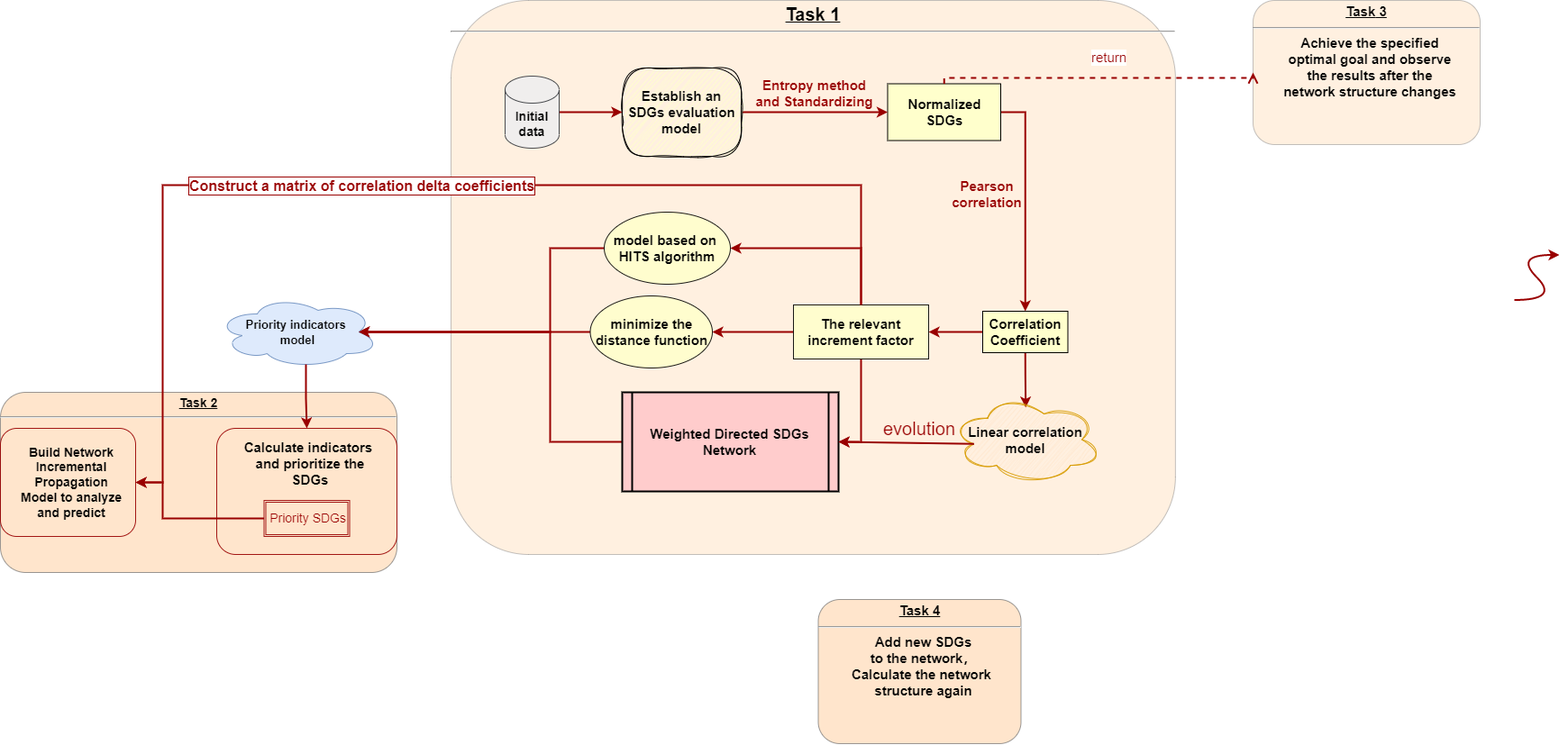
Above: 未命名绘图.drawio.png in JYbrucEupup/zip (draw.io), before the change. Source tidied: cells renumbered, new cells last; positions are measured from the earlier drawing's top-left corner, leaving out a move shared by most shapes.
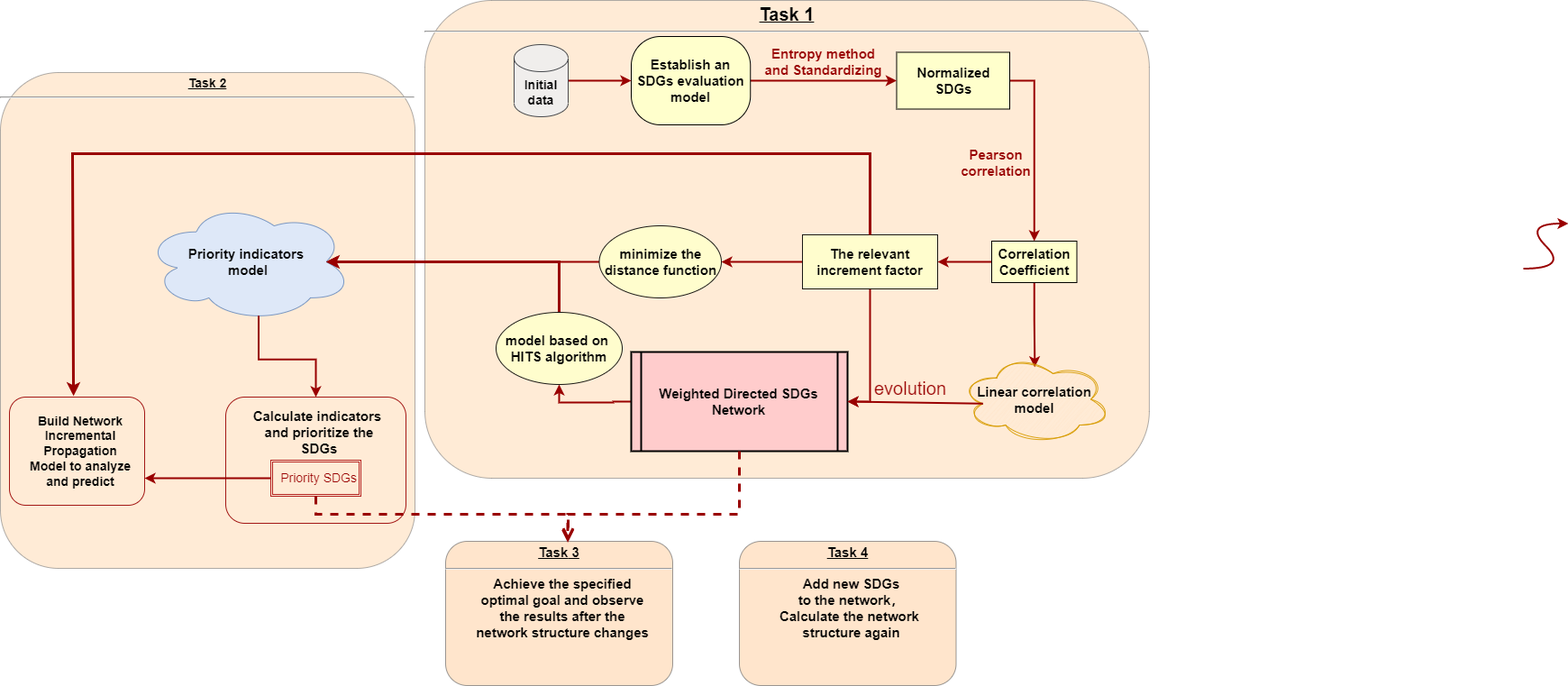
Later version of the same file.

Commit message:
更新未命名绘图.drawio.png

The edit, as a diff of the source:
```diff
@@ -4,4 +4,7 @@
     <mxCell id="1" parent="0" />
+    <mxCell id="26" value="&lt;p style=&quot;margin: 0px; margin-top: 4px; text-align: center; text-decoration: underline;&quot;&gt;&lt;strong&gt;&lt;font style=&quot;font-size: 14px;&quot;&gt;Task 2&lt;/font&gt;&lt;br&gt;&lt;/strong&gt;&lt;/p&gt;&lt;hr&gt;&lt;p style=&quot;margin: 0px 0px 0px 8px; font-size: 15px;&quot;&gt;&lt;br&gt;&lt;/p&gt;" style="verticalAlign=middle;align=center;overflow=fill;fontSize=12;fontFamily=Helvetica;html=1;rounded=1;fontStyle=1;strokeWidth=1;fillColor=#ffcc99;arcSize=14;opacity=40;strokeColor=#36393d;" parent="1" vertex="1">
+      <mxGeometry x="-10" y="115" width="460" height="550" as="geometry" />
+    </mxCell>
-    <mxCell id="2" value="&lt;p style=&quot;margin: 0px; margin-top: 4px; text-align: center; text-decoration: underline;&quot;&gt;&lt;strong&gt;&lt;font style=&quot;font-size: 20px;&quot;&gt;Task 1&lt;/font&gt;&lt;br&gt;&lt;/strong&gt;&lt;/p&gt;&lt;hr&gt;&lt;p style=&quot;margin: 0px 0px 0px 8px; font-size: 15px;&quot;&gt;&lt;br&gt;&lt;/p&gt;" style="verticalAlign=middle;align=center;overflow=fill;fontSize=12;fontFamily=Helvetica;html=1;rounded=1;fontStyle=1;strokeWidth=1;fillColor=#ffcc99;arcSize=14;opacity=30;strokeColor=#36393d;" parent="1" vertex="1">
-      <mxGeometry x="500" width="803.9" height="615" as="geometry" />
+    <mxCell id="2" value="&lt;p style=&quot;margin: 0px; margin-top: 4px; text-align: center; text-decoration: underline;&quot;&gt;&lt;strong&gt;&lt;font style=&quot;font-size: 20px;&quot;&gt;Task 1&lt;/font&gt;&lt;br&gt;&lt;/strong&gt;&lt;/p&gt;&lt;hr&gt;&lt;p style=&quot;margin: 0px 0px 0px 8px; font-size: 15px;&quot;&gt;&lt;br&gt;&lt;/p&gt;" style="verticalAlign=middle;align=center;overflow=fill;fontSize=12;fontFamily=Helvetica;html=1;rounded=1;fontStyle=1;strokeWidth=1;fillColor=#ffcc99;arcSize=14;opacity=40;strokeColor=#36393d;" parent="1" vertex="1">
+      <mxGeometry x="461" y="35" width="803.9" height="530" as="geometry" />
     </mxCell>
@@ -16,21 +19,16 @@
     </mxCell>
-    <mxCell id="6" value="Establish an SDGs evaluation model" style="whiteSpace=wrap;align=center;verticalAlign=middle;fontStyle=1;strokeWidth=1;fillColor=#FFFFCC;fontSize=15;labelBackgroundColor=none;labelBorderColor=none;rounded=1;arcSize=33;sketch=1;curveFitting=1;jiggle=2;" parent="1" vertex="1">
+    <mxCell id="6" value="Establish an SDGs evaluation model" style="whiteSpace=wrap;align=center;verticalAlign=middle;fontStyle=1;strokeWidth=1;fillColor=#FFFFCC;fontSize=15;labelBackgroundColor=none;labelBorderColor=none;rounded=1;arcSize=33;" parent="1" vertex="1">
       <mxGeometry x="690" y="75" width="132.2" height="98" as="geometry" />
     </mxCell>
-    <mxCell id="7" style="edgeStyle=orthogonalEdgeStyle;rounded=0;jettySize=auto;html=1;exitX=0;exitY=0.5;exitDx=0;exitDy=0;strokeColor=#990000;strokeWidth=2;fontSize=13;fontColor=#990000;entryX=0.875;entryY=0.5;entryDx=0;entryDy=0;entryPerimeter=0;" parent="1" edge="1" source="8" target="23">
-      <mxGeometry relative="1" as="geometry">
-        <Array as="points">
-          <mxPoint x="610" y="490" />
-          <mxPoint x="610" y="368" />
-        </Array>
-      </mxGeometry>
-    </mxCell>
+    <mxCell id="41" style="edgeStyle=orthogonalEdgeStyle;rounded=0;jettySize=auto;html=1;exitX=0;exitY=0.5;exitDx=0;exitDy=0;entryX=0.5;entryY=1;entryDx=0;entryDy=0;strokeColor=#990000;strokeWidth=2;fontSize=15;fontColor=#990000;" parent="1" edge="1" source="8" target="36">
+      <mxGeometry relative="1" as="geometry" />
+    </mxCell>
     <mxCell id="8" value="Weighted Directed SDGs Network" style="shape=process;whiteSpace=wrap;align=center;verticalAlign=middle;size=0.0475;fontStyle=1;strokeWidth=2;fillColor=#FFCCCC;fontSize=15;" parent="1" vertex="1">
-      <mxGeometry x="690" y="435" width="240" height="110" as="geometry" />
+      <mxGeometry x="690" y="425" width="240" height="110" as="geometry" />
     </mxCell>
-    <mxCell id="9" value="&lt;p style=&quot;margin: 4px 0px 0px; text-align: center; font-size: 15px;&quot;&gt;&lt;strong style=&quot;&quot;&gt;&lt;font style=&quot;font-size: 15px;&quot;&gt;&lt;u style=&quot;&quot;&gt;&lt;strong style=&quot;&quot;&gt;Task&lt;/strong&gt; 3&lt;/u&gt;&lt;br&gt;&lt;/font&gt;&lt;/strong&gt;&lt;/p&gt;&lt;hr style=&quot;font-size: 15px;&quot;&gt;&lt;p style=&quot;margin: 0px 0px 0px 8px; font-size: 15px;&quot;&gt;&lt;font style=&quot;font-size: 15px;&quot;&gt;Achieve the specified&lt;/font&gt;&lt;/p&gt;&lt;p style=&quot;margin: 0px 0px 0px 8px; font-size: 15px;&quot;&gt;&lt;font style=&quot;font-size: 15px;&quot;&gt;optimal goal and observe&lt;/font&gt;&lt;/p&gt;&lt;p style=&quot;margin: 0px 0px 0px 8px; font-size: 15px;&quot;&gt;&lt;font style=&quot;font-size: 15px;&quot;&gt;the results after the&lt;/font&gt;&lt;/p&gt;&lt;p style=&quot;margin: 0px 0px 0px 8px; font-size: 15px;&quot;&gt;&lt;font style=&quot;font-size: 15px;&quot;&gt;network structure changes&lt;/font&gt;&lt;/p&gt;" style="verticalAlign=middle;align=center;overflow=fill;fontSize=12;fontFamily=Helvetica;html=1;rounded=1;fontStyle=1;strokeWidth=1;fillColor=#ffcc99;opacity=30;strokeColor=#36393d;" parent="1" vertex="1">
-      <mxGeometry x="1390" width="252" height="160" as="geometry" />
+    <mxCell id="9" value="&lt;p style=&quot;margin: 4px 0px 0px; text-align: center; font-size: 15px;&quot;&gt;&lt;strong style=&quot;&quot;&gt;&lt;font style=&quot;font-size: 15px;&quot;&gt;&lt;u style=&quot;&quot;&gt;&lt;strong style=&quot;&quot;&gt;Task&lt;/strong&gt; 3&lt;/u&gt;&lt;br&gt;&lt;/font&gt;&lt;/strong&gt;&lt;/p&gt;&lt;hr style=&quot;font-size: 15px;&quot;&gt;&lt;p style=&quot;margin: 0px 0px 0px 8px; font-size: 15px;&quot;&gt;&lt;font style=&quot;font-size: 15px;&quot;&gt;Achieve the specified&lt;/font&gt;&lt;/p&gt;&lt;p style=&quot;margin: 0px 0px 0px 8px; font-size: 15px;&quot;&gt;&lt;font style=&quot;font-size: 15px;&quot;&gt;optimal goal and observe&lt;/font&gt;&lt;/p&gt;&lt;p style=&quot;margin: 0px 0px 0px 8px; font-size: 15px;&quot;&gt;&lt;font style=&quot;font-size: 15px;&quot;&gt;the results after the&lt;/font&gt;&lt;/p&gt;&lt;p style=&quot;margin: 0px 0px 0px 8px; font-size: 15px;&quot;&gt;&lt;font style=&quot;font-size: 15px;&quot;&gt;network structure changes&lt;/font&gt;&lt;/p&gt;" style="verticalAlign=middle;align=center;overflow=fill;fontSize=12;fontFamily=Helvetica;html=1;rounded=1;fontStyle=1;strokeWidth=1;fillColor=#ffcc99;opacity=50;strokeColor=#36393d;" parent="1" vertex="1">
+      <mxGeometry x="484" y="635" width="252" height="160" as="geometry" />
     </mxCell>
     <mxCell id="10" value="&lt;p style=&quot;margin: 4px 0px 0px; text-align: center; text-decoration: underline; font-size: 15px;&quot;&gt;&lt;strong style=&quot;&quot;&gt;&lt;font style=&quot;font-size: 15px;&quot;&gt;Task 4&lt;br&gt;&lt;/font&gt;&lt;/strong&gt;&lt;/p&gt;&lt;hr style=&quot;font-size: 15px;&quot;&gt;&lt;p style=&quot;margin: 0px 0px 0px 8px; font-size: 15px;&quot;&gt;&lt;font style=&quot;font-size: 15px;&quot;&gt;Add new SDGs&lt;/font&gt;&lt;/p&gt;&lt;p style=&quot;margin: 0px 0px 0px 8px; font-size: 15px;&quot;&gt;&lt;font style=&quot;font-size: 15px;&quot;&gt;to the network，&lt;/font&gt;&lt;/p&gt;&lt;p style=&quot;margin: 0px 0px 0px 8px; font-size: 15px;&quot;&gt;&lt;font style=&quot;font-size: 15px;&quot;&gt;Calculate the network&amp;nbsp;&lt;/font&gt;&lt;/p&gt;&lt;p style=&quot;margin: 0px 0px 0px 8px; font-size: 15px;&quot;&gt;&lt;font style=&quot;font-size: 15px;&quot;&gt;structure again&lt;/font&gt;&lt;/p&gt;" style="verticalAlign=middle;align=center;overflow=fill;fontSize=12;fontFamily=Helvetica;html=1;rounded=1;fontStyle=1;strokeWidth=1;fillColor=#ffcc99;opacity=50;strokeColor=#36393d;" parent="1" vertex="1">
-      <mxGeometry x="907.5" y="665" width="225" height="160" as="geometry" />
+      <mxGeometry x="810" y="635" width="240.5" height="160" as="geometry" />
     </mxCell>
@@ -46,6 +44,6 @@
     <mxCell id="14" value="Correlation Coefficient" style="whiteSpace=wrap;align=center;verticalAlign=middle;fontStyle=1;strokeWidth=1;fillColor=#FFFFCC;horizontal=1;strokeColor=default;fontSize=15;" parent="1" vertex="1">
-      <mxGeometry x="1090" y="345" width="94.5" height="46" as="geometry" />
+      <mxGeometry x="1090" y="302" width="94.5" height="46" as="geometry" />
     </mxCell>
     <mxCell id="15" value="&lt;b&gt;&lt;font style=&quot;font-size: 15px;&quot;&gt;Linear correlation model&lt;/font&gt;&lt;/b&gt;" style="ellipse;shape=cloud;whiteSpace=wrap;html=1;strokeWidth=1;fontSize=13;opacity=90;fillColor=#ffe6cc;strokeColor=#d79b00;sketch=1;curveFitting=1;jiggle=2;" parent="1" vertex="1">
-      <mxGeometry x="1053.6" y="440" width="167.3" height="95" as="geometry" />
+      <mxGeometry x="1053.6" y="430" width="167.3" height="95" as="geometry" />
     </mxCell>
@@ -57,7 +55,4 @@
     </mxCell>
-    <mxCell id="18" style="edgeStyle=orthogonalEdgeStyle;rounded=0;jettySize=auto;html=1;exitX=0.5;exitY=0;exitDx=0;exitDy=0;entryX=1;entryY=0.5;entryDx=0;entryDy=0;strokeColor=#990000;strokeWidth=2;fontSize=13;fontColor=#990000;" parent="1" edge="1" source="19" target="36">
-      <mxGeometry relative="1" as="geometry" />
-    </mxCell>
     <mxCell id="19" value="&lt;font size=&quot;1&quot; color=&quot;#000000&quot;&gt;&lt;b style=&quot;font-size: 15px;&quot;&gt;The relevant increment factor&lt;/b&gt;&lt;/font&gt;" style="rounded=0;whiteSpace=wrap;html=1;strokeWidth=1;fontSize=13;fontColor=#990000;fillColor=#FFFFCC;opacity=90;strokeColor=#000000;" parent="1" vertex="1">
-      <mxGeometry x="880" y="338" width="150" height="60" as="geometry" />
+      <mxGeometry x="880" y="295" width="150" height="60" as="geometry" />
     </mxCell>
@@ -67,3 +62,3 @@
     <mxCell id="21" value="&lt;b&gt;&lt;font style=&quot;font-size: 15px;&quot;&gt;minimize the distance function&lt;/font&gt;&lt;/b&gt;" style="ellipse;whiteSpace=wrap;html=1;labelBackgroundColor=none;labelBorderColor=none;strokeColor=#000000;strokeWidth=1;fontSize=13;fontColor=#000000;fillColor=#FFFFCC;opacity=90;" parent="1" vertex="1">
-      <mxGeometry x="654.5" y="328" width="135.5" height="80" as="geometry" />
+      <mxGeometry x="654.5" y="285" width="135.5" height="80" as="geometry" />
     </mxCell>
@@ -72,4 +67,4 @@
     </mxCell>
-    <mxCell id="23" value="&lt;font style=&quot;font-size: 13px;&quot;&gt;&lt;b&gt;Priority&amp;nbsp;indicators&amp;nbsp;&lt;br&gt;model&lt;/b&gt;&lt;/font&gt;" style="ellipse;shape=cloud;whiteSpace=wrap;html=1;labelBackgroundColor=none;labelBorderColor=none;strokeColor=#6c8ebf;strokeWidth=1;fontSize=14;fillColor=#dae8fc;opacity=90;" parent="1" vertex="1">
-      <mxGeometry x="240" y="328" width="180" height="80" as="geometry" />
+    <mxCell id="23" value="&lt;font style=&quot;font-size: 15px;&quot;&gt;&lt;b&gt;Priority&amp;nbsp;indicators&amp;nbsp;&lt;br&gt;model&lt;/b&gt;&lt;/font&gt;" style="ellipse;shape=cloud;whiteSpace=wrap;html=1;labelBackgroundColor=none;labelBorderColor=none;strokeColor=#6c8ebf;strokeWidth=1;fontSize=14;fillColor=#dae8fc;opacity=90;" parent="1" vertex="1">
+      <mxGeometry x="150" y="258.5" width="230" height="133" as="geometry" />
     </mxCell>
@@ -81,5 +76,2 @@
     </mxCell>
-    <mxCell id="26" value="&lt;p style=&quot;margin: 0px; margin-top: 4px; text-align: center; text-decoration: underline;&quot;&gt;&lt;strong&gt;&lt;font style=&quot;font-size: 14px;&quot;&gt;Task 2&lt;/font&gt;&lt;br&gt;&lt;/strong&gt;&lt;/p&gt;&lt;hr&gt;&lt;p style=&quot;margin: 0px 0px 0px 8px; font-size: 15px;&quot;&gt;&lt;br&gt;&lt;/p&gt;" style="verticalAlign=middle;align=center;overflow=fill;fontSize=12;fontFamily=Helvetica;html=1;rounded=1;fontStyle=1;strokeWidth=1;fillColor=#ffcc99;arcSize=14;opacity=50;strokeColor=#36393d;" parent="1" vertex="1">
-      <mxGeometry y="435" width="440" height="200" as="geometry" />
-    </mxCell>
     <mxCell id="27" value="&lt;p style=&quot;border-color: var(--border-color); margin: 0px 0px 0px 8px;&quot;&gt;&lt;font style=&quot;&quot; color=&quot;#000000&quot;&gt;&lt;b&gt;Build Network Incremental Propagation Model&amp;nbsp;to analyze and predict&lt;/b&gt;&lt;/font&gt;&lt;br&gt;&lt;/p&gt;" style="rounded=1;whiteSpace=wrap;html=1;labelBackgroundColor=none;labelBorderColor=none;strokeColor=#990000;strokeWidth=1;fontSize=14;fontColor=#990000;fillColor=none;opacity=90;" parent="1" vertex="1">
@@ -90,7 +82,7 @@
     </mxCell>
-    <mxCell id="29" style="edgeStyle=orthogonalEdgeStyle;rounded=0;jettySize=auto;html=1;exitX=0;exitY=0.5;exitDx=0;exitDy=0;entryX=1;entryY=0.5;entryDx=0;entryDy=0;strokeColor=#990000;strokeWidth=2;fontSize=14;fontColor=#990000;" parent="1" edge="1" source="30" target="27">
+    <mxCell id="29" style="edgeStyle=orthogonalEdgeStyle;rounded=0;jettySize=auto;html=1;exitX=0;exitY=0.5;exitDx=0;exitDy=0;strokeColor=#990000;strokeWidth=2;fontSize=14;fontColor=#990000;" parent="1" edge="1" source="30">
       <mxGeometry relative="1" as="geometry">
+        <mxPoint x="150" y="565" as="targetPoint" />
         <Array as="points">
-          <mxPoint x="180" y="575" />
-          <mxPoint x="180" y="535" />
+          <mxPoint x="150" y="565" />
         </Array>
@@ -98,4 +90,4 @@
     </mxCell>
-    <mxCell id="30" value="Priority SDGs" style="shape=ext;double=1;rounded=0;whiteSpace=wrap;html=1;labelBackgroundColor=none;labelBorderColor=none;strokeColor=#990000;strokeWidth=1;fontSize=14;fontColor=#990000;fillColor=none;opacity=90;align=right;" parent="1" vertex="1">
-      <mxGeometry x="292.5" y="555" width="95" height="40" as="geometry" />
+    <mxCell id="30" value="Priority SDGs" style="shape=ext;double=1;rounded=0;whiteSpace=wrap;html=1;labelBackgroundColor=none;labelBorderColor=none;strokeColor=#ac0c0c;strokeWidth=1;fontSize=14;fontColor=#990000;fillColor=none;opacity=90;align=right;" parent="1" vertex="1">
+      <mxGeometry x="290" y="545" width="100" height="40" as="geometry" />
     </mxCell>
@@ -104,3 +96,3 @@
     </mxCell>
-    <mxCell id="32" style="endArrow=classic;html=1;rounded=0;strokeColor=#990000;strokeWidth=2;fontSize=13;fontColor=#000000;exitX=0.5;exitY=0;exitDx=0;exitDy=0;entryX=1;entryY=0.5;entryDx=0;entryDy=0;" parent="1" edge="1" source="19" target="27">
+    <mxCell id="32" style="endArrow=classic;html=1;rounded=0;strokeColor=#990000;strokeWidth=3;fontSize=13;fontColor=#000000;exitX=0.5;exitY=0;exitDx=0;exitDy=0;entryX=0.474;entryY=-0.01;entryDx=0;entryDy=0;entryPerimeter=0;" parent="1" edge="1" source="19" target="27">
       <mxGeometry relative="1" as="geometry">
@@ -109,4 +101,3 @@
           <mxPoint x="710" y="205" />
-          <mxPoint x="180" y="205" />
-          <mxPoint x="180" y="535" />
+          <mxPoint x="70" y="205" />
         </Array>
@@ -114,3 +105,3 @@
     </mxCell>
-    <mxCell id="33" value="&lt;b&gt;Construct a matrix of correlation delta coefficients&lt;/b&gt;" style="edgeLabel;html=1;align=center;verticalAlign=middle;labelBackgroundColor=default;labelBorderColor=#990000;strokeColor=#000000;strokeWidth=1;fontSize=16;fontColor=#990000;fillColor=#FFFFCC;opacity=90;spacing=2;spacingTop=0;" parent="32" vertex="1">
+    <mxCell id="33" style="edgeLabel;html=1;align=center;verticalAlign=middle;labelBackgroundColor=default;labelBorderColor=#990000;strokeColor=#000000;strokeWidth=1;fontSize=16;fontColor=#990000;fillColor=#FFFFCC;opacity=90;spacing=2;spacingTop=0;" parent="32" vertex="1">
       <mxGeometry relative="1" as="geometry">
@@ -122,12 +113,7 @@
     </mxCell>
-    <mxCell id="35" style="edgeStyle=orthogonalEdgeStyle;rounded=0;jettySize=auto;html=1;exitX=0;exitY=0.5;exitDx=0;exitDy=0;entryX=0.875;entryY=0.5;entryDx=0;entryDy=0;entryPerimeter=0;strokeColor=#990000;strokeWidth=2;fontSize=13;fontColor=#990000;" parent="1" edge="1" source="36" target="23">
-      <mxGeometry relative="1" as="geometry">
-        <Array as="points">
-          <mxPoint x="610" y="275" />
-          <mxPoint x="610" y="368" />
-        </Array>
-      </mxGeometry>
+    <mxCell id="35" style="edgeStyle=orthogonalEdgeStyle;rounded=0;jettySize=auto;html=1;exitX=0.5;exitY=0;exitDx=0;exitDy=0;entryX=0.875;entryY=0.5;entryDx=0;entryDy=0;entryPerimeter=0;strokeColor=#990000;strokeWidth=3;fontSize=15;fontColor=#990000;" parent="1" edge="1" source="36" target="23">
+      <mxGeometry relative="1" as="geometry" />
     </mxCell>
     <mxCell id="36" value="&lt;b style=&quot;font-size: 15px;&quot;&gt;model&amp;nbsp;based&amp;nbsp;on&amp;nbsp;&lt;br&gt;HITS&amp;nbsp;algorithm&lt;/b&gt;" style="ellipse;whiteSpace=wrap;html=1;labelBackgroundColor=none;labelBorderColor=none;strokeColor=#000000;strokeWidth=1;fontSize=13;fontColor=#000000;fillColor=#FFFFCC;opacity=90;" parent="1" vertex="1">
-      <mxGeometry x="670" y="235" width="140" height="80" as="geometry" />
+      <mxGeometry x="540" y="381" width="140" height="80" as="geometry" />
     </mxCell>
@@ -137,3 +123,3 @@
     <mxCell id="38" value="&lt;font color=&quot;#990000&quot;&gt;evolution&lt;/font&gt;" style="rounded=0;whiteSpace=wrap;html=1;shadow=0;glass=0;labelBackgroundColor=none;labelBorderColor=none;strokeWidth=1;fontSize=20;arcSize=50;opacity=0;" parent="1" vertex="1">
-      <mxGeometry x="960" y="445" width="120" height="60" as="geometry" />
+      <mxGeometry x="940" y="435" width="120" height="60" as="geometry" />
     </mxCell>
@@ -149,5 +135,27 @@
     </mxCell>
-    <mxCell id="40" value="return" style="html=1;verticalAlign=bottom;endArrow=open;dashed=1;endSize=8;edgeStyle=elbowEdgeStyle;elbow=vertical;curved=0;rounded=0;strokeColor=#990000;strokeWidth=2;fontSize=15;fontColor=#990000;exitX=0.5;exitY=0;exitDx=0;exitDy=0;entryX=0;entryY=0.5;entryDx=0;entryDy=0;" parent="1" edge="1" source="4" target="9">
-      <mxGeometry x="0.06" y="11" relative="1" as="geometry" />
-    </mxCell>
+    <mxCell id="42" style="html=1;verticalAlign=bottom;endArrow=open;dashed=1;endSize=8;edgeStyle=elbowEdgeStyle;elbow=vertical;curved=0;rounded=0;strokeColor=#990000;strokeWidth=3;fontSize=15;fontColor=#990000;entryX=0.538;entryY=0.009;entryDx=0;entryDy=0;entryPerimeter=0;exitX=0.5;exitY=1;exitDx=0;exitDy=0;" parent="1" edge="1" source="8" target="9">
+      <mxGeometry relative="1" as="geometry">
+        <Array as="points">
+          <mxPoint x="680" y="605" />
+          <mxPoint x="700" y="595" />
+        </Array>
+      </mxGeometry>
+    </mxCell>
+    <mxCell id="43" style="html=1;verticalAlign=bottom;endArrow=open;dashed=1;endSize=8;edgeStyle=elbowEdgeStyle;elbow=vertical;curved=0;rounded=0;strokeColor=#990000;strokeWidth=3;fontSize=15;fontColor=#990000;exitX=0.5;exitY=1;exitDx=0;exitDy=0;" parent="1" edge="1" source="30">
+      <mxGeometry x="-0.24" y="-40" relative="1" as="geometry">
+        <mxPoint x="620" y="635" as="targetPoint" />
+        <Array as="points">
+          <mxPoint x="500" y="605" />
+          <mxPoint x="540" y="595" />
+          <mxPoint x="410" y="585" />
+          <mxPoint x="410" y="585" />
+          <mxPoint x="420" y="585" />
+          <mxPoint x="430" y="575" />
+          <mxPoint x="510" y="585" />
+          <mxPoint x="470" y="565" />
+          <mxPoint x="620" y="585" />
+          <mxPoint x="510" y="565" />
+        </Array>
+      </mxGeometry>
+    </mxCell>
   </root>
```
